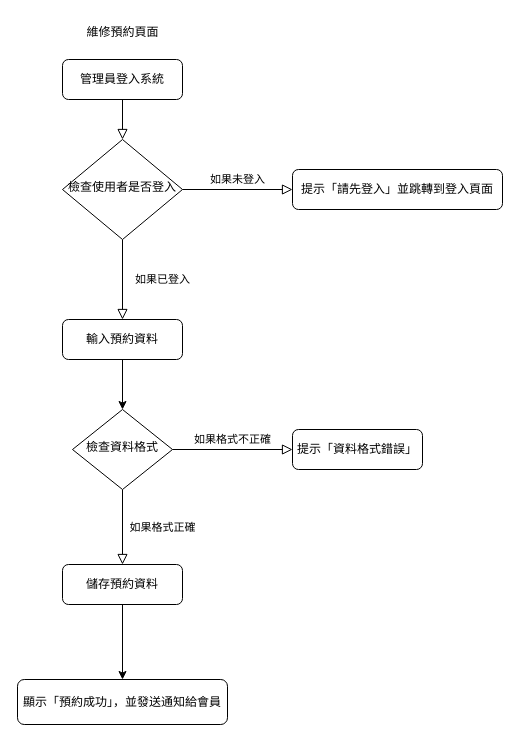
This is 系統流程圖(維修預約頁面).drawio from hak99101314/Maintenance-inquiry-system, a draw.io file, before an edit. Source tidied: cells renumbered, new cells numbered last; positions are measured from the earlier drawing's top-left corner, leaving out a move shared by most shapes. Both pictures are drawn from the tidied source at 100%, with x=0, y=0 at pixel (17, 17).
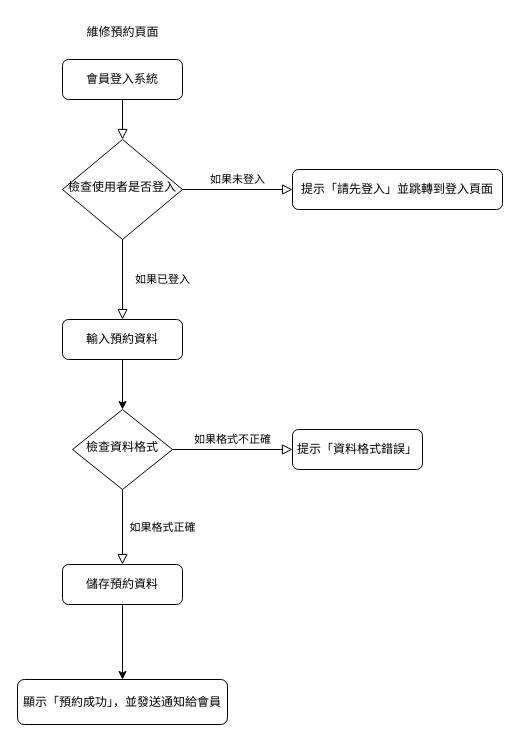
Above is the later version.

Commit message (it also covers changes not shown here):
更新系統流程圖(維修預約頁面).drawio

The edit, as a diff of the source:
```diff
@@
 <mxGraphModel>
   <root>
     <mxCell id="0" />
     <mxCell id="1" parent="0" />
     <mxCell id="2" value="&lt;div&gt;如果格式正確&lt;/div&gt;" style="rounded=0;html=1;jettySize=auto;fontSize=11;endArrow=block;endFill=0;endSize=8;strokeWidth=1;shadow=0;labelBackgroundColor=none;edgeStyle=orthogonalEdgeStyle;" parent="1" edge="1" source="4" target="6">
       <mxGeometry y="40" relative="1" as="geometry" />
     </mxCell>
     <mxCell id="3" value="&lt;div&gt;如果格式不正確&lt;/div&gt;" style="edgeStyle=orthogonalEdgeStyle;rounded=0;html=1;jettySize=auto;fontSize=11;endArrow=block;endFill=0;endSize=8;strokeWidth=1;shadow=0;labelBackgroundColor=none;" parent="1" edge="1" source="4" target="7">
       <mxGeometry y="10" relative="1" as="geometry" />
     </mxCell>
     <mxCell id="4" value="&lt;div&gt;檢查資料格式&lt;/div&gt;" style="rhombus;whiteSpace=wrap;html=1;shadow=0;fontFamily=Helvetica;fontSize=12;align=center;strokeWidth=1;spacing=6;spacingTop=-4;" parent="1" vertex="1">
       <mxGeometry x="55" y="392" width="100" height="80" as="geometry" />
     </mxCell>
     <mxCell id="5" style="edgeStyle=orthogonalEdgeStyle;rounded=0;jettySize=auto;html=1;" parent="1" edge="1" source="6" target="17">
       <mxGeometry relative="1" as="geometry" />
     </mxCell>
     <mxCell id="6" value="&lt;div&gt;儲存預約資料&lt;/div&gt;" style="rounded=1;whiteSpace=wrap;html=1;fontSize=12;glass=0;strokeWidth=1;shadow=0;" parent="1" vertex="1">
       <mxGeometry x="45" y="547" width="120" height="40" as="geometry" />
     </mxCell>
     <mxCell id="7" value="&lt;div&gt;提示「資料格式錯誤」&lt;/div&gt;" style="rounded=1;whiteSpace=wrap;html=1;fontSize=12;glass=0;strokeWidth=1;shadow=0;" parent="1" vertex="1">
       <mxGeometry x="275" y="412" width="130" height="40" as="geometry" />
     </mxCell>
     <mxCell id="8" value="&lt;div&gt;維修預約頁面&lt;/div&gt;" style="text;html=1;align=center;verticalAlign=middle;strokeColor=none;fillColor=none;" parent="1" vertex="1">
       <mxGeometry x="55" width="100" height="30" as="geometry" />
     </mxCell>
     <mxCell id="9" style="rounded=0;html=1;jettySize=auto;fontSize=11;endArrow=block;endFill=0;endSize=8;strokeWidth=1;shadow=0;labelBackgroundColor=none;edgeStyle=orthogonalEdgeStyle;" parent="1" edge="1" source="10" target="13">
       <mxGeometry relative="1" as="geometry" />
     </mxCell>
-    <mxCell id="10" value="&lt;div&gt;管理員登入系統&lt;/div&gt;" style="rounded=1;whiteSpace=wrap;html=1;fontSize=12;glass=0;strokeWidth=1;shadow=0;" parent="1" vertex="1">
+    <mxCell id="10" value="&lt;div&gt;會員登入系統&lt;/div&gt;" style="rounded=1;whiteSpace=wrap;html=1;fontSize=12;glass=0;strokeWidth=1;shadow=0;" parent="1" vertex="1">
       <mxGeometry x="45" y="42" width="120" height="40" as="geometry" />
     </mxCell>
     <mxCell id="11" value="&lt;div&gt;如果已登入&lt;/div&gt;" style="rounded=0;html=1;jettySize=auto;fontSize=11;endArrow=block;endFill=0;endSize=8;strokeWidth=1;shadow=0;labelBackgroundColor=none;edgeStyle=orthogonalEdgeStyle;exitX=0.5;exitY=1;exitDx=0;exitDy=0;entryX=0.5;entryY=0;entryDx=0;entryDy=0;" parent="1" edge="1" source="13" target="16">
       <mxGeometry y="40" relative="1" as="geometry" />
     </mxCell>
     <mxCell id="12" value="&lt;div&gt;如果未登入&lt;/div&gt;" style="edgeStyle=orthogonalEdgeStyle;rounded=0;html=1;jettySize=auto;fontSize=11;endArrow=block;endFill=0;endSize=8;strokeWidth=1;shadow=0;labelBackgroundColor=none;" parent="1" edge="1" source="13" target="14">
       <mxGeometry y="10" relative="1" as="geometry" />
     </mxCell>
     <mxCell id="13" value="&lt;div&gt;檢查使用者是否登入&lt;/div&gt;" style="rhombus;whiteSpace=wrap;html=1;shadow=0;fontFamily=Helvetica;fontSize=12;align=center;strokeWidth=1;spacing=6;spacingTop=-4;" parent="1" vertex="1">
       <mxGeometry x="45" y="122" width="120" height="100" as="geometry" />
     </mxCell>
     <mxCell id="14" value="&lt;div&gt;提示「請先登入」並跳轉到登入頁面&lt;/div&gt;" style="rounded=1;whiteSpace=wrap;html=1;fontSize=12;glass=0;strokeWidth=1;shadow=0;" parent="1" vertex="1">
       <mxGeometry x="275" y="152" width="210" height="40" as="geometry" />
     </mxCell>
     <mxCell id="15" style="edgeStyle=orthogonalEdgeStyle;rounded=0;jettySize=auto;html=1;" parent="1" edge="1" source="16" target="4">
       <mxGeometry relative="1" as="geometry" />
     </mxCell>
     <mxCell id="16" value="&lt;div&gt;輸入預約資料&lt;/div&gt;" style="rounded=1;whiteSpace=wrap;html=1;" parent="1" vertex="1">
       <mxGeometry x="45" y="302" width="120" height="40" as="geometry" />
     </mxCell>
     <mxCell id="17" value="&lt;div&gt;顯示「預約成功」，並發送通知給會員&lt;/div&gt;" style="rounded=1;whiteSpace=wrap;html=1;glass=0;strokeWidth=1;shadow=0;" parent="1" vertex="1">
       <mxGeometry y="662" width="210" height="45" as="geometry" />
     </mxCell>
   </root>
 </mxGraphModel>
```
